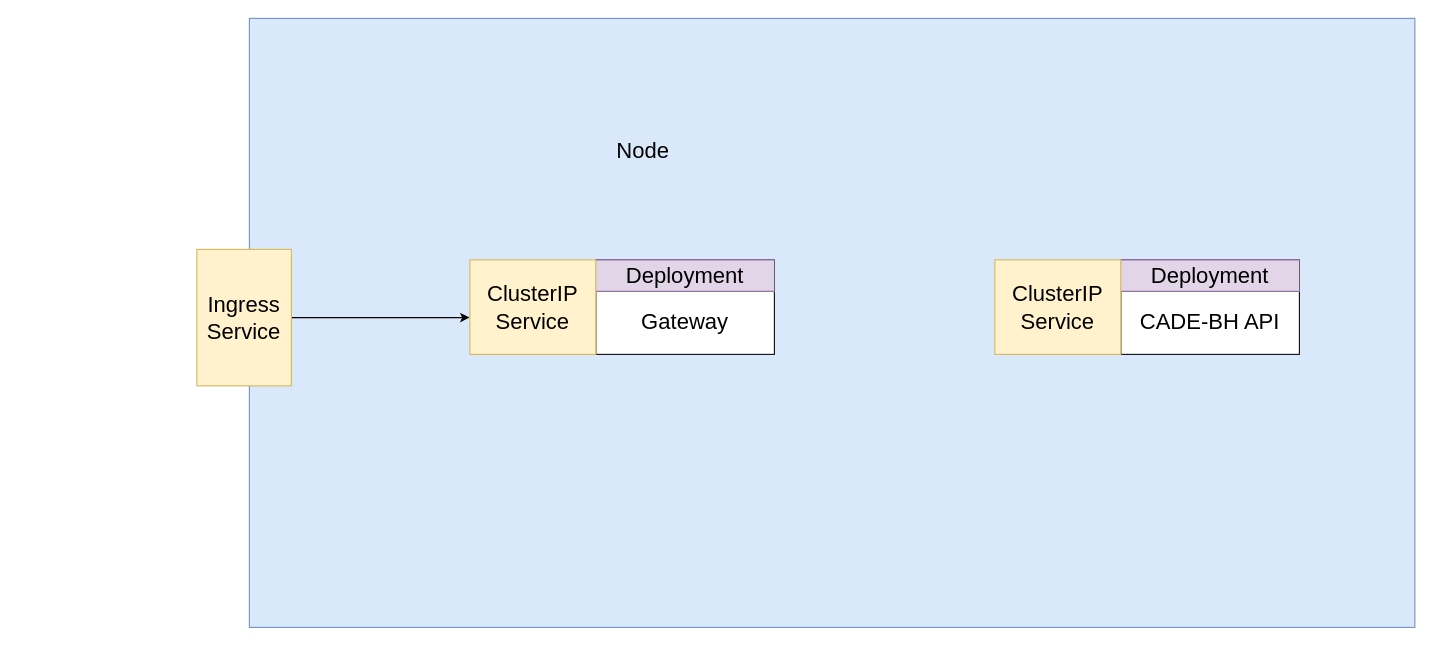
This is Untitled Diagram.drawio from durgeshpatel7317/diagrams, a draw.io file, before an edit. Source tidied: cells renumbered, new cells numbered last; positions are measured from the earlier drawing's top-left corner, leaving out a move shared by most shapes. Both pictures are drawn from the tidied source at 105%, with x=0, y=0 at pixel (196, 18).
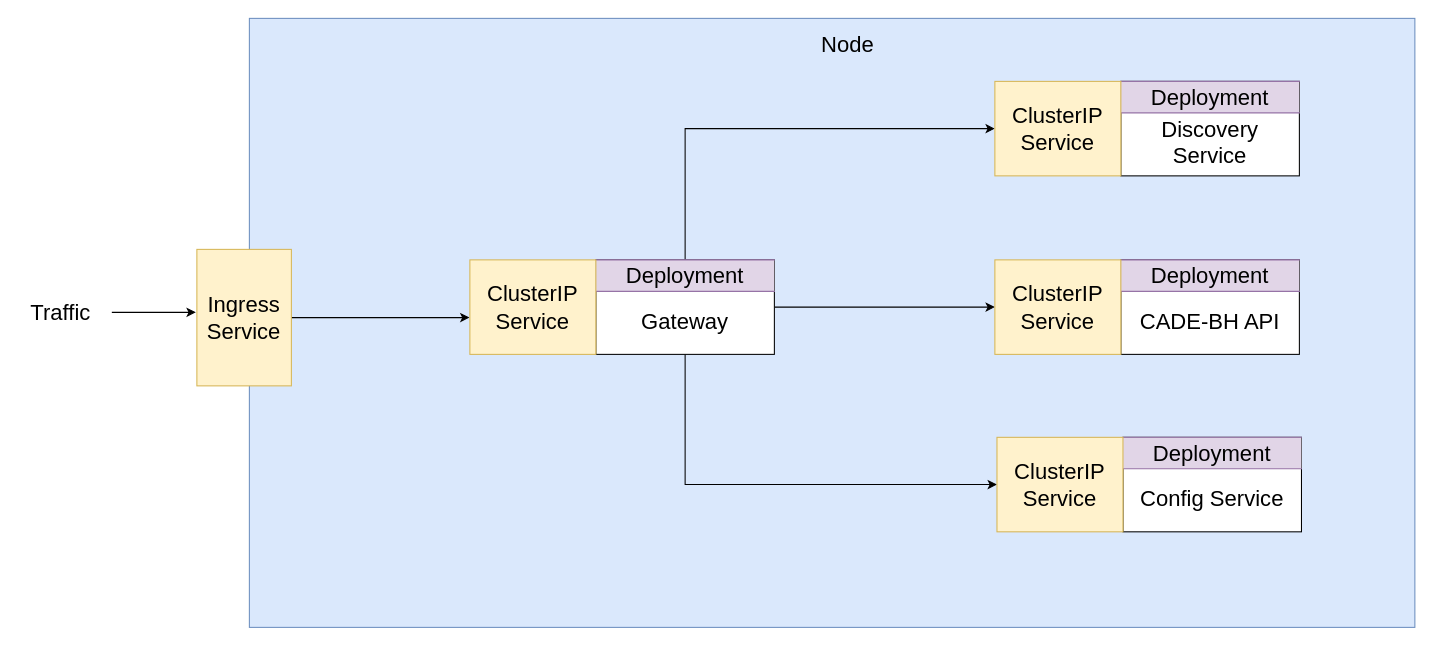
The same diagram, later.

The change refers to these unchanged cells:
```xml
<mxCell id="3" value="&lt;br&gt;Gateway" style="rounded=0;whiteSpace=wrap;html=1;fontSize=21;" parent="1" vertex="1">
  <mxGeometry x="380" y="230" width="170" height="90" as="geometry" />
</mxCell>
<mxCell id="7" value="Deployment" style="shape=partialRectangle;whiteSpace=wrap;html=1;left=0;right=0;fillColor=#e1d5e7;fontSize=21;strokeColor=#9673a6;" parent="1" vertex="1">
  <mxGeometry x="380" y="230" width="170" height="30" as="geometry" />
</mxCell>
<mxCell id="11" value="ClusterIP Service" style="rounded=0;whiteSpace=wrap;html=1;fontSize=21;fillColor=#fff2cc;strokeColor=#d6b656;" parent="1" vertex="1">
  <mxGeometry x="760" y="230" width="120" height="90" as="geometry" />
</mxCell>
```

Diff of the diagram source:
```diff
@@
+    <mxCell id="12" style="edgeStyle=orthogonalEdgeStyle;rounded=0;jettySize=auto;html=1;exitX=1;exitY=0.5;exitDx=0;exitDy=0;entryX=0;entryY=0.5;entryDx=0;entryDy=0;fontSize=21;" parent="1" edge="1" source="3" target="11">
+      <mxGeometry relative="1" as="geometry" />
+    </mxCell>
+    <mxCell id="13" style="edgeStyle=orthogonalEdgeStyle;rounded=0;jettySize=auto;html=1;exitX=0.5;exitY=1;exitDx=0;exitDy=0;entryX=0;entryY=0.5;entryDx=0;entryDy=0;fontSize=21;" parent="1" edge="1" source="3" target="22">
+      <mxGeometry relative="1" as="geometry" />
+    </mxCell>
@@
     <mxCell id="4" value="Node" style="text;html=1;strokeColor=none;fillColor=none;align=center;verticalAlign=middle;whiteSpace=wrap;rounded=0;fontSize=21;" parent="1" vertex="1">
-      <mxGeometry x="395" y="110" width="60" height="30" as="geometry" />
+      <mxGeometry x="590" y="10" width="60" height="30" as="geometry" />
     </mxCell>
@@
+    <mxCell id="14" style="edgeStyle=orthogonalEdgeStyle;rounded=0;jettySize=auto;html=1;exitX=0.5;exitY=0;exitDx=0;exitDy=0;entryX=0;entryY=0.5;entryDx=0;entryDy=0;fontSize=21;" parent="1" edge="1" source="7" target="19">
+      <mxGeometry relative="1" as="geometry" />
+    </mxCell>
@@
+    <mxCell id="15" style="endArrow=classic;html=1;rounded=0;fontSize=21;" parent="1" edge="1">
+      <mxGeometry relative="1" as="geometry">
+        <mxPoint x="-81" y="280" as="sourcePoint" />
+        <mxPoint x="-1" y="280" as="targetPoint" />
+      </mxGeometry>
+    </mxCell>
+    <mxCell id="16" value="Traffic" style="text;html=1;align=center;verticalAlign=middle;strokeColor=none;fillColor=none;fontSize=21;" parent="1" vertex="1">
+      <mxGeometry x="-170" y="260" width="80" height="40" as="geometry" />
+    </mxCell>
+    <mxCell id="17" value="&lt;br&gt;Discovery Service" style="rounded=0;whiteSpace=wrap;html=1;fontSize=21;" parent="1" vertex="1">
+      <mxGeometry x="880" y="60" width="170" height="90" as="geometry" />
+    </mxCell>
+    <mxCell id="18" value="Deployment" style="shape=partialRectangle;whiteSpace=wrap;html=1;left=0;right=0;fillColor=#e1d5e7;fontSize=21;strokeColor=#9673a6;" parent="1" vertex="1">
+      <mxGeometry x="880" y="60" width="170" height="30" as="geometry" />
+    </mxCell>
+    <mxCell id="19" value="ClusterIP Service" style="rounded=0;whiteSpace=wrap;html=1;fontSize=21;fillColor=#fff2cc;strokeColor=#d6b656;" parent="1" vertex="1">
+      <mxGeometry x="760" y="60" width="120" height="90" as="geometry" />
+    </mxCell>
+    <mxCell id="20" value="&lt;br&gt;Config Service" style="rounded=0;whiteSpace=wrap;html=1;fontSize=21;" parent="1" vertex="1">
+      <mxGeometry x="882" y="399" width="170" height="90" as="geometry" />
+    </mxCell>
+    <mxCell id="21" value="Deployment" style="shape=partialRectangle;whiteSpace=wrap;html=1;left=0;right=0;fillColor=#e1d5e7;fontSize=21;strokeColor=#9673a6;" parent="1" vertex="1">
+      <mxGeometry x="882" y="399" width="170" height="30" as="geometry" />
+    </mxCell>
+    <mxCell id="22" value="ClusterIP Service" style="rounded=0;whiteSpace=wrap;html=1;fontSize=21;fillColor=#fff2cc;strokeColor=#d6b656;" parent="1" vertex="1">
+      <mxGeometry x="762" y="399" width="120" height="90" as="geometry" />
+    </mxCell>
```
